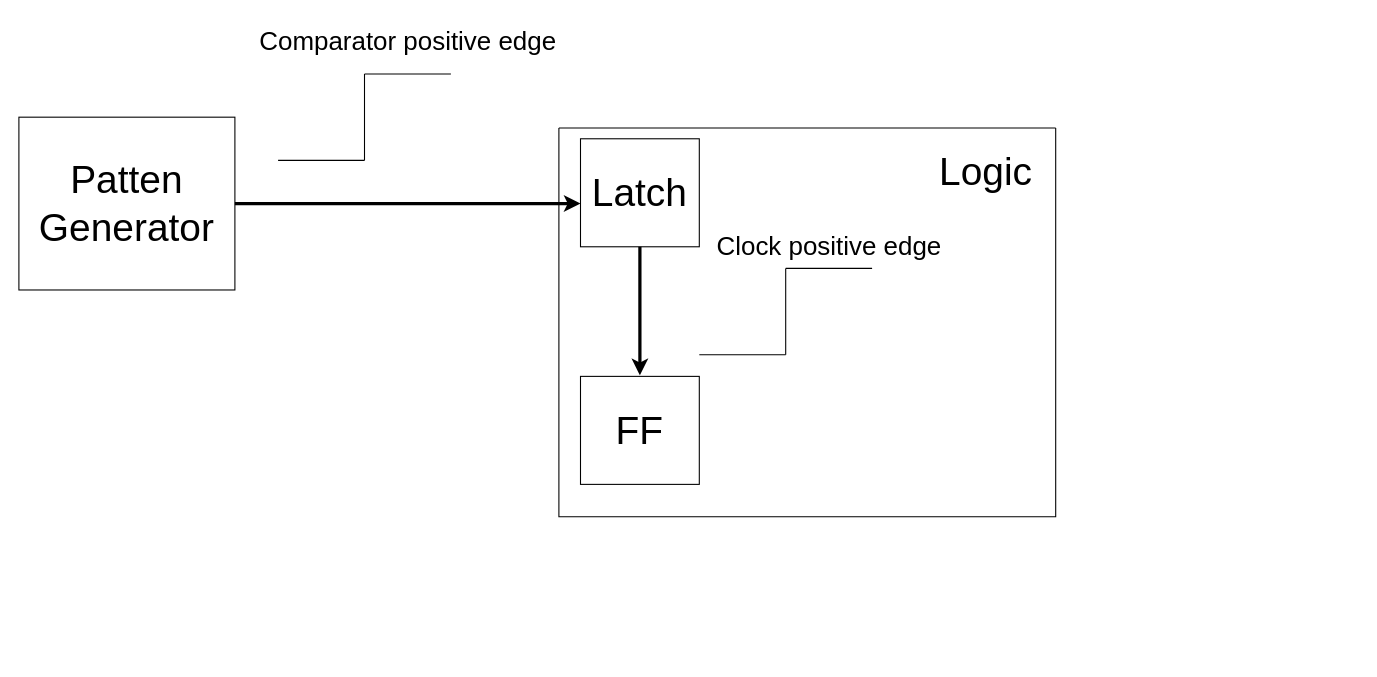
Before: Diagrams/step5.drawio in sabarioded/Patterns_Project, a draw.io diagram. Source tidied: cells renumbered, new cells numbered last; positions are measured from the earlier drawing's top-left corner, leaving out a move shared by most shapes. Both pictures are drawn from the tidied source at 108%, with x=0, y=0 at pixel (18, 19).
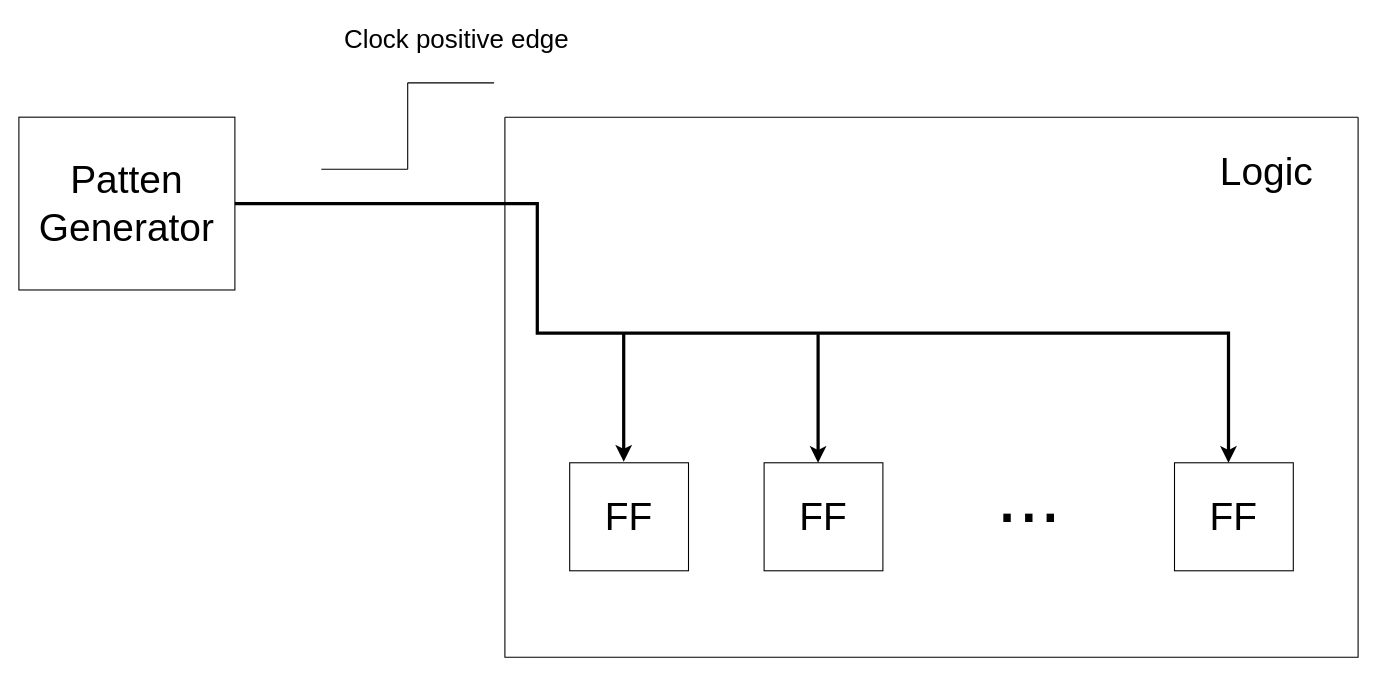
The same page after the edit.

Unchanged cells that the change refers to:
```xml
<mxCell id="2" value="&lt;font style=&quot;font-size: 36px;&quot;&gt;Patten Generator&lt;/font&gt;" style="rounded=0;whiteSpace=wrap;html=1;" parent="1" vertex="1">
  <mxGeometry y="90" width="200" height="160" as="geometry" />
</mxCell>
```

Change to the diagram source:
```diff
@@
     <mxCell id="3" style="endArrow=classic;html=1;rounded=0;strokeWidth=3;exitX=1;exitY=0.5;exitDx=0;exitDy=0;" parent="1" edge="1" source="2">
       <mxGeometry relative="1" as="geometry">
-        <mxPoint x="520" y="170" as="targetPoint" />
+        <mxPoint x="1120" y="410" as="targetPoint" />
+        <Array as="points">
+          <mxPoint x="480" y="170" />
+          <mxPoint x="480" y="290" />
+          <mxPoint x="1120" y="290" />
+        </Array>
       </mxGeometry>
     </mxCell>
-    <mxCell id="4" style="swimlane;startSize=0;" parent="1" vertex="1">
-      <mxGeometry x="500" y="100" width="460" height="360" as="geometry" />
-    </mxCell>
-    <mxCell id="5" value="&lt;font style=&quot;font-size: 24px;&quot;&gt;Clock positive edge&lt;/font&gt;" style="text;html=1;align=center;verticalAlign=middle;strokeColor=none;fillColor=none;" parent="4" vertex="1">
-      <mxGeometry x="135" y="90" width="230" height="40" as="geometry" />
-    </mxCell>
-    <mxCell id="6" value="&lt;font style=&quot;font-size: 36px;&quot;&gt;Latch&lt;/font&gt;" style="rounded=0;whiteSpace=wrap;html=1;" parent="4" vertex="1">
-      <mxGeometry x="20" y="10" width="110" height="100" as="geometry" />
-    </mxCell>
-    <mxCell id="7" style="endArrow=classic;html=1;rounded=0;strokeWidth=3;exitX=0.5;exitY=1;exitDx=0;exitDy=0;entryX=0.5;entryY=0;entryDx=0;entryDy=0;" parent="4" edge="1" source="6">
-      <mxGeometry relative="1" as="geometry">
-        <mxPoint x="75" y="229" as="targetPoint" />
-      </mxGeometry>
-    </mxCell>
-    <mxCell id="8" value="&lt;font style=&quot;font-size: 36px;&quot;&gt;FF&lt;/font&gt;" style="rounded=0;whiteSpace=wrap;html=1;" parent="4" vertex="1">
-      <mxGeometry x="20" y="230" width="110" height="100" as="geometry" />
-    </mxCell>
-    <mxCell id="9" value="&lt;font style=&quot;font-size: 36px;&quot;&gt;Logic&lt;/font&gt;" style="text;html=1;align=center;verticalAlign=middle;strokeColor=none;fillColor=none;" parent="4" vertex="1">
-      <mxGeometry x="340" y="10" width="110" height="60" as="geometry" />
-    </mxCell>
-    <mxCell id="10" style="endArrow=none;html=1;rounded=0;" parent="4" edge="1">
-      <mxGeometry relative="1" as="geometry">
-        <mxPoint x="130" y="210" as="sourcePoint" />
-        <mxPoint x="210" y="210" as="targetPoint" />
-      </mxGeometry>
-    </mxCell>
-    <mxCell id="11" style="endArrow=none;html=1;rounded=0;" parent="4" edge="1">
-      <mxGeometry relative="1" as="geometry">
-        <mxPoint x="210" y="210" as="sourcePoint" />
-        <mxPoint x="210" y="130" as="targetPoint" />
-      </mxGeometry>
-    </mxCell>
-    <mxCell id="12" style="endArrow=none;html=1;rounded=0;" parent="4" edge="1">
-      <mxGeometry relative="1" as="geometry">
-        <mxPoint x="210" y="130" as="sourcePoint" />
-        <mxPoint x="290" y="130" as="targetPoint" />
-      </mxGeometry>
-    </mxCell>
-    <mxCell id="13" value="&lt;font style=&quot;font-size: 24px;&quot;&gt;Comparator positive edge&lt;/font&gt;" style="text;html=1;align=center;verticalAlign=middle;strokeColor=none;fillColor=none;" parent="1" vertex="1">
-      <mxGeometry x="210" width="300" height="40" as="geometry" />
-    </mxCell>
     <mxCell id="14" style="endArrow=none;html=1;rounded=0;" parent="1" edge="1">
       <mxGeometry relative="1" as="geometry">
-        <mxPoint x="240" y="130" as="sourcePoint" />
-        <mxPoint x="320" y="130" as="targetPoint" />
+        <mxPoint x="280" y="138.2" as="sourcePoint" />
+        <mxPoint x="360" y="138.2" as="targetPoint" />
       </mxGeometry>
     </mxCell>
     <mxCell id="15" style="endArrow=none;html=1;rounded=0;" parent="1" edge="1">
       <mxGeometry relative="1" as="geometry">
-        <mxPoint x="320" y="130" as="sourcePoint" />
-        <mxPoint x="320" y="50" as="targetPoint" />
+        <mxPoint x="360" y="138.2" as="sourcePoint" />
+        <mxPoint x="360" y="58.2" as="targetPoint" />
       </mxGeometry>
     </mxCell>
     <mxCell id="16" style="endArrow=none;html=1;rounded=0;" parent="1" edge="1">
       <mxGeometry relative="1" as="geometry">
-        <mxPoint x="320" y="50" as="sourcePoint" />
-        <mxPoint x="400" y="50" as="targetPoint" />
+        <mxPoint x="360" y="58.2" as="sourcePoint" />
+        <mxPoint x="440" y="58.2" as="targetPoint" />
       </mxGeometry>
     </mxCell>
+    <mxCell id="17" style="endArrow=classic;html=1;rounded=0;strokeWidth=3;exitX=0.5;exitY=1;exitDx=0;exitDy=0;entryX=0.5;entryY=0;entryDx=0;entryDy=0;" parent="1" edge="1">
+      <mxGeometry relative="1" as="geometry">
+        <mxPoint x="740" y="291" as="sourcePoint" />
+        <mxPoint x="740" y="410" as="targetPoint" />
+      </mxGeometry>
+    </mxCell>
+    <mxCell id="18" value="&lt;font style=&quot;font-size: 36px;&quot;&gt;FF&lt;/font&gt;" style="rounded=0;whiteSpace=wrap;html=1;" parent="1" vertex="1">
+      <mxGeometry x="510" y="410" width="110" height="100" as="geometry" />
+    </mxCell>
+    <mxCell id="19" style="endArrow=classic;html=1;rounded=0;strokeWidth=3;exitX=0.5;exitY=1;exitDx=0;exitDy=0;entryX=0.5;entryY=0;entryDx=0;entryDy=0;" parent="1" edge="1">
+      <mxGeometry relative="1" as="geometry">
+        <mxPoint x="560" y="290" as="sourcePoint" />
+        <mxPoint x="560" y="409" as="targetPoint" />
+      </mxGeometry>
+    </mxCell>
+    <mxCell id="20" value="&lt;font style=&quot;font-size: 36px;&quot;&gt;FF&lt;/font&gt;" style="rounded=0;whiteSpace=wrap;html=1;" parent="1" vertex="1">
+      <mxGeometry x="690" y="410" width="110" height="100" as="geometry" />
+    </mxCell>
+    <mxCell id="21" value="&lt;font style=&quot;font-size: 36px;&quot;&gt;FF&lt;/font&gt;" style="rounded=0;whiteSpace=wrap;html=1;" parent="1" vertex="1">
+      <mxGeometry x="1070" y="410" width="110" height="100" as="geometry" />
+    </mxCell>
+    <mxCell id="5" value="&lt;font style=&quot;font-size: 24px;&quot;&gt;Clock positive edge&lt;/font&gt;" style="text;html=1;align=center;verticalAlign=middle;strokeColor=none;fillColor=none;" parent="1" vertex="1">
+      <mxGeometry x="290" y="-1.8" width="230" height="40" as="geometry" />
+    </mxCell>
+    <mxCell id="22" value="&lt;font style=&quot;font-size: 72px;&quot;&gt;...&lt;/font&gt;" style="text;html=1;align=center;verticalAlign=middle;strokeColor=none;fillColor=none;" parent="1" vertex="1">
+      <mxGeometry x="895" y="390" width="80" height="100" as="geometry" />
+    </mxCell>
+    <mxCell id="23" style="swimlane;startSize=0;" parent="1" vertex="1">
+      <mxGeometry x="450" y="90" width="790" height="500" as="geometry" />
+    </mxCell>
+    <mxCell id="9" value="&lt;font style=&quot;font-size: 36px;&quot;&gt;Logic&lt;/font&gt;" style="text;html=1;align=center;verticalAlign=middle;strokeColor=none;fillColor=none;" parent="23" vertex="1">
+      <mxGeometry x="650" y="20" width="110" height="60" as="geometry" />
+    </mxCell>
```
